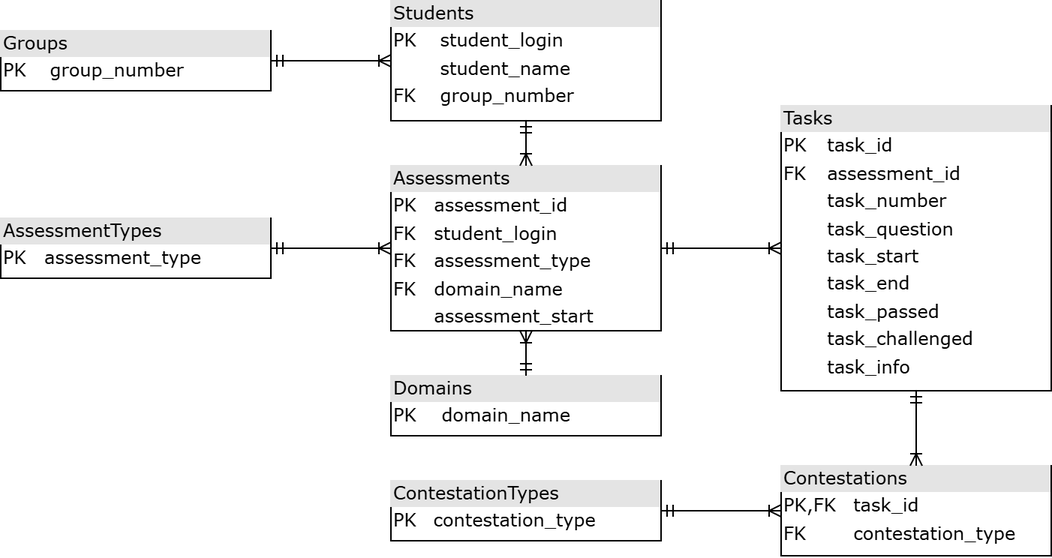
The draw.io diagram docs/diagrams/data_base.png in aVorotnikov/ontologer, before a commit. Source tidied: cells renumbered, new cells last; positions are measured from the earlier drawing's top-left corner, leaving out a move shared by most shapes.
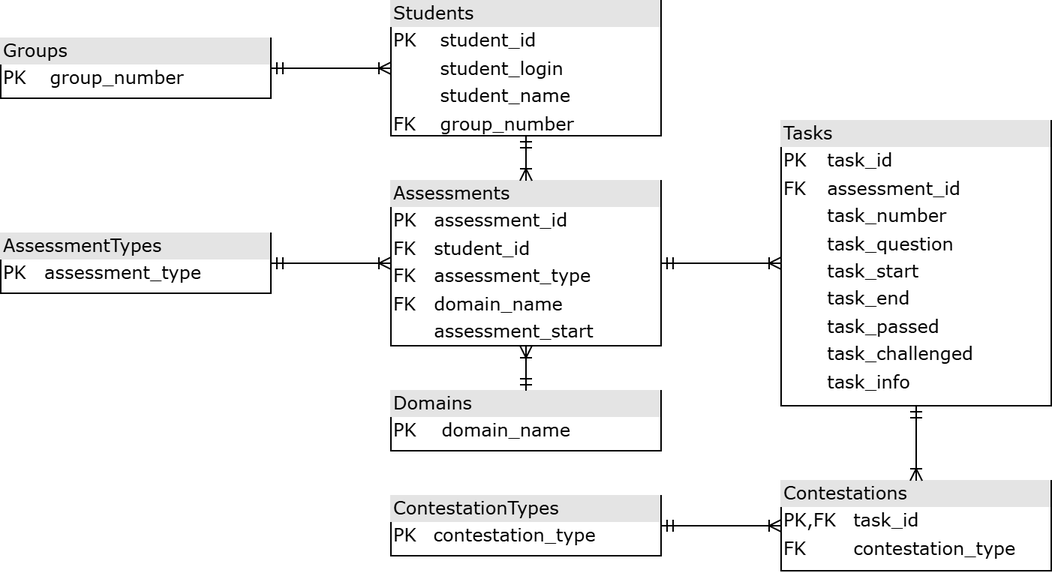
After the change.

Commit message:
Обновлены диаграммы

Change to the diagram source:
```diff
@@ -3,15 +3,15 @@
     <mxCell id="0" />
     <mxCell id="1" parent="0" />
     <mxCell id="2" value="&lt;div style=&quot;box-sizing:border-box;width:100%;background:#e4e4e4;padding:2px;&quot;&gt;Groups&lt;/div&gt;&lt;table style=&quot;width:100%;font-size:1em;&quot; cellpadding=&quot;2&quot; cellspacing=&quot;0&quot;&gt;&lt;tbody&gt;&lt;tr&gt;&lt;td&gt;PK&lt;/td&gt;&lt;td&gt;group_number&lt;/td&gt;&lt;/tr&gt;&lt;/tbody&gt;&lt;/table&gt;" style="verticalAlign=top;align=left;overflow=fill;html=1;rounded=0;shadow=0;comic=0;labelBackgroundColor=none;strokeWidth=1;fontFamily=Verdana;fontSize=12;" parent="1" vertex="1">
-      <mxGeometry y="20" width="180" height="40" as="geometry" />
+      <mxGeometry y="15" width="180" height="40" as="geometry" />
     </mxCell>
-    <mxCell id="3" value="&lt;div style=&quot;box-sizing:border-box;width:100%;background:#e4e4e4;padding:2px;&quot;&gt;Students&lt;/div&gt;&lt;table style=&quot;width:100%;font-size:1em;&quot; cellpadding=&quot;2&quot; cellspacing=&quot;0&quot;&gt;&lt;tbody&gt;&lt;tr&gt;&lt;td&gt;PK&lt;/td&gt;&lt;td&gt;student_login&lt;/td&gt;&lt;/tr&gt;&lt;tr&gt;&lt;td&gt;&lt;br&gt;&lt;/td&gt;&lt;td&gt;student_name&lt;/td&gt;&lt;/tr&gt;&lt;tr&gt;&lt;td&gt;FK&lt;/td&gt;&lt;td&gt;group_number&lt;/td&gt;&lt;/tr&gt;&lt;/tbody&gt;&lt;/table&gt;" style="verticalAlign=top;align=left;overflow=fill;html=1;rounded=0;shadow=0;comic=0;labelBackgroundColor=none;strokeWidth=1;fontFamily=Verdana;fontSize=12;" parent="1" vertex="1">
-      <mxGeometry x="260" width="180" height="80" as="geometry" />
+    <mxCell id="3" value="&lt;div style=&quot;box-sizing:border-box;width:100%;background:#e4e4e4;padding:2px;&quot;&gt;Students&lt;/div&gt;&lt;table style=&quot;width:100%;font-size:1em;&quot; cellpadding=&quot;2&quot; cellspacing=&quot;0&quot;&gt;&lt;tbody&gt;&lt;tr&gt;&lt;td&gt;PK&lt;/td&gt;&lt;td&gt;student_id&lt;/td&gt;&lt;/tr&gt;&lt;tr&gt;&lt;td&gt;&lt;br&gt;&lt;/td&gt;&lt;td&gt;student_login&lt;/td&gt;&lt;/tr&gt;&lt;tr&gt;&lt;td&gt;&lt;br&gt;&lt;/td&gt;&lt;td&gt;student_name&lt;/td&gt;&lt;/tr&gt;&lt;tr&gt;&lt;td&gt;FK&lt;/td&gt;&lt;td&gt;group_number&lt;/td&gt;&lt;/tr&gt;&lt;/tbody&gt;&lt;/table&gt;" style="verticalAlign=top;align=left;overflow=fill;html=1;rounded=0;shadow=0;comic=0;labelBackgroundColor=none;strokeWidth=1;fontFamily=Verdana;fontSize=12;" parent="1" vertex="1">
+      <mxGeometry x="260" y="-10" width="180" height="90" as="geometry" />
     </mxCell>
     <mxCell id="4" style="edgeStyle=orthogonalEdgeStyle;html=1;endArrow=ERoneToMany;startArrow=ERmandOne;labelBackgroundColor=none;fontFamily=Verdana;fontSize=12;align=left;" parent="1" edge="1" source="2" target="3">
       <mxGeometry relative="1" as="geometry" />
     </mxCell>
-    <mxCell id="5" value="&lt;div style=&quot;box-sizing:border-box;width:100%;background:#e4e4e4;padding:2px;&quot;&gt;Assessments&lt;/div&gt;&lt;table style=&quot;width:100%;font-size:1em;&quot; cellpadding=&quot;2&quot; cellspacing=&quot;0&quot;&gt;&lt;tbody&gt;&lt;tr&gt;&lt;td&gt;PK&lt;/td&gt;&lt;td&gt;assessment_id&lt;/td&gt;&lt;/tr&gt;&lt;tr&gt;&lt;td&gt;FK&lt;/td&gt;&lt;td&gt;student_login&lt;/td&gt;&lt;/tr&gt;&lt;tr&gt;&lt;td&gt;FK&lt;/td&gt;&lt;td&gt;assessment_type&lt;/td&gt;&lt;/tr&gt;&lt;tr&gt;&lt;td&gt;FK&lt;/td&gt;&lt;td&gt;domain_name&lt;/td&gt;&lt;/tr&gt;&lt;tr&gt;&lt;td&gt;&lt;br&gt;&lt;/td&gt;&lt;td&gt;assessment_start&lt;/td&gt;&lt;/tr&gt;&lt;/tbody&gt;&lt;/table&gt;" style="verticalAlign=top;align=left;overflow=fill;html=1;rounded=0;shadow=0;comic=0;labelBackgroundColor=none;strokeWidth=1;fontFamily=Verdana;fontSize=12;" parent="1" vertex="1">
+    <mxCell id="5" value="&lt;div style=&quot;box-sizing:border-box;width:100%;background:#e4e4e4;padding:2px;&quot;&gt;Assessments&lt;/div&gt;&lt;table style=&quot;width:100%;font-size:1em;&quot; cellpadding=&quot;2&quot; cellspacing=&quot;0&quot;&gt;&lt;tbody&gt;&lt;tr&gt;&lt;td&gt;PK&lt;/td&gt;&lt;td&gt;assessment_id&lt;/td&gt;&lt;/tr&gt;&lt;tr&gt;&lt;td&gt;FK&lt;/td&gt;&lt;td&gt;student_id&lt;/td&gt;&lt;/tr&gt;&lt;tr&gt;&lt;td&gt;FK&lt;/td&gt;&lt;td&gt;assessment_type&lt;/td&gt;&lt;/tr&gt;&lt;tr&gt;&lt;td&gt;FK&lt;/td&gt;&lt;td&gt;domain_name&lt;/td&gt;&lt;/tr&gt;&lt;tr&gt;&lt;td&gt;&lt;br&gt;&lt;/td&gt;&lt;td&gt;assessment_start&lt;/td&gt;&lt;/tr&gt;&lt;/tbody&gt;&lt;/table&gt;" style="verticalAlign=top;align=left;overflow=fill;html=1;rounded=0;shadow=0;comic=0;labelBackgroundColor=none;strokeWidth=1;fontFamily=Verdana;fontSize=12;" parent="1" vertex="1">
       <mxGeometry x="260" y="110" width="180" height="110" as="geometry" />
     </mxCell>
     <mxCell id="6" style="edgeStyle=orthogonalEdgeStyle;html=1;endArrow=ERoneToMany;startArrow=ERmandOne;labelBackgroundColor=none;fontFamily=Verdana;fontSize=12;align=left;" parent="1" edge="1" source="3" target="5">
```
